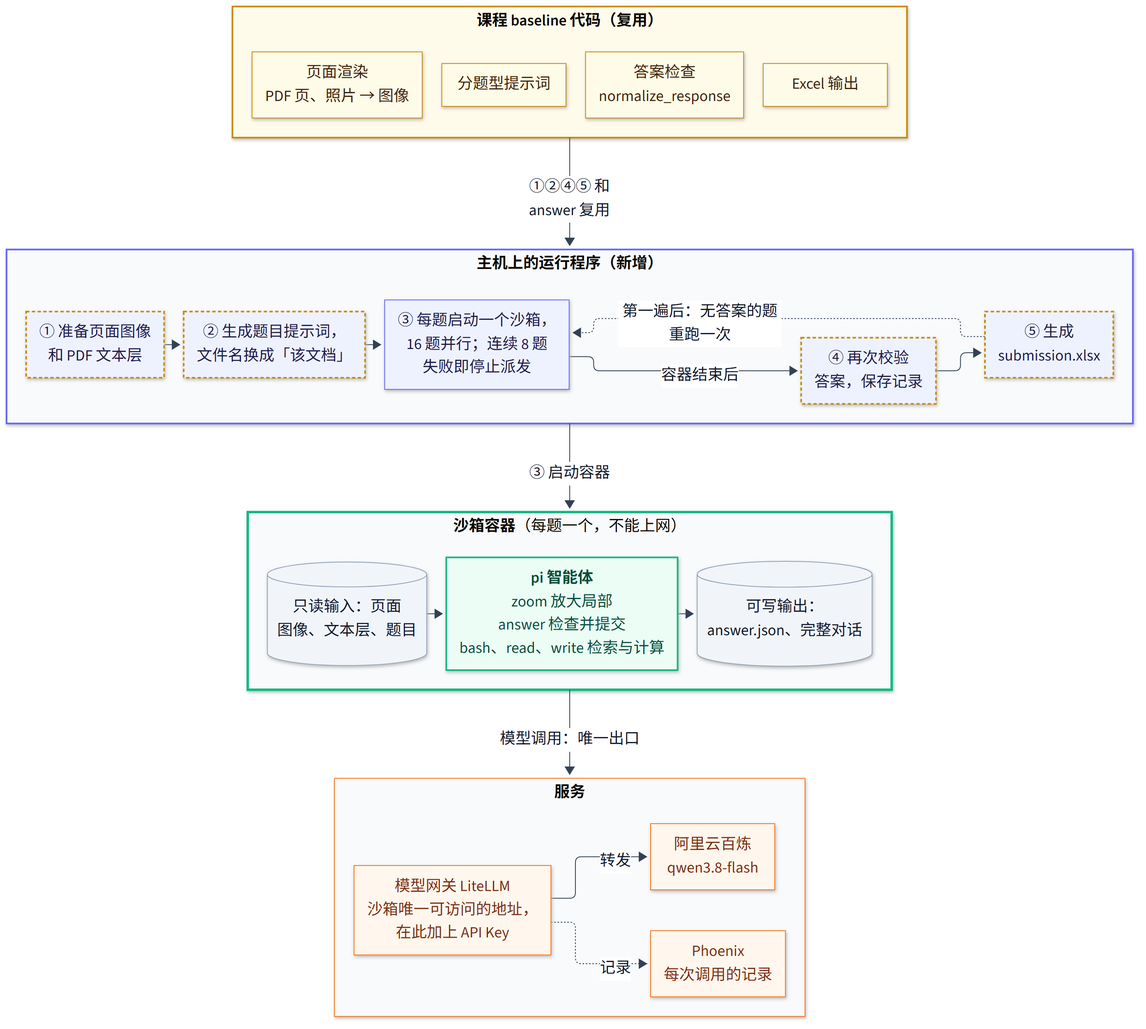
eric15342335/AIFep-FDU.github.io keeps this Mermaid diagram as docs/diagrams/zh-architecture.png. Above is the earlier version. Its source is kept beside it as docs/diagrams/zh-architecture.mmd.
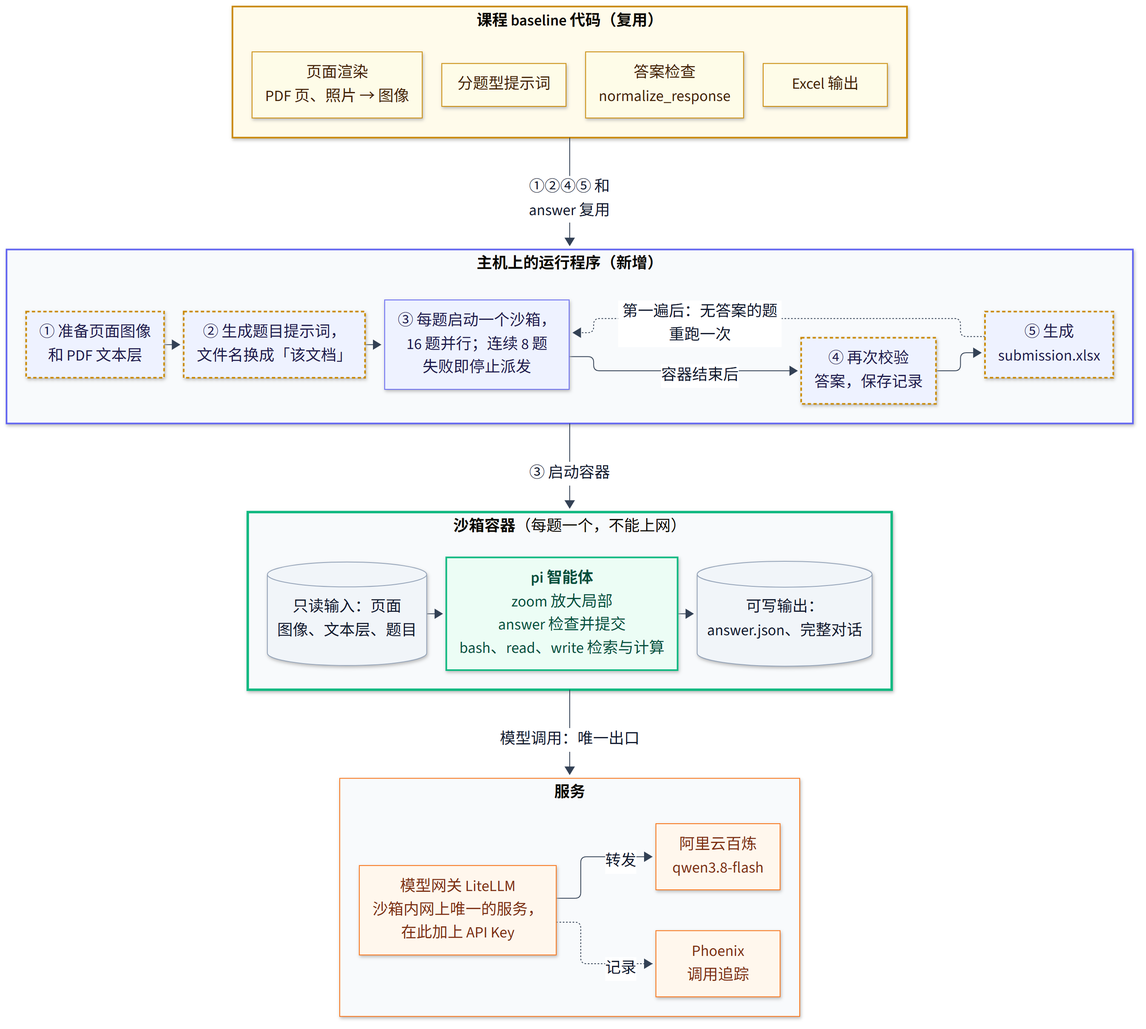
Above is the later version.

What changed in the source:
```diff
@@ -18,8 +18,8 @@
 
     subgraph SVC["<b>服务</b>"]
         direction LR
-        gw["模型网关 LiteLLM<br/>沙箱唯一可访问的地址，<br/>在此加上 API Key"] -- "转发" --> model["阿里云百炼<br/>qwen3.8-flash"]
-        gw -. "记录" .-> trace["Phoenix<br/>每次调用的记录"]
+        gw["模型网关 LiteLLM<br/>沙箱内网上唯一的服务，<br/>在此加上 API Key"] -- "转发" --> model["阿里云百炼<br/>qwen3.8-flash"]
+        gw -. "记录" .-> trace["Phoenix<br/>调用追踪"]
     end
 
     BASE -- "①②④⑤ 和<br/>answer 复用" --> HOST
```
